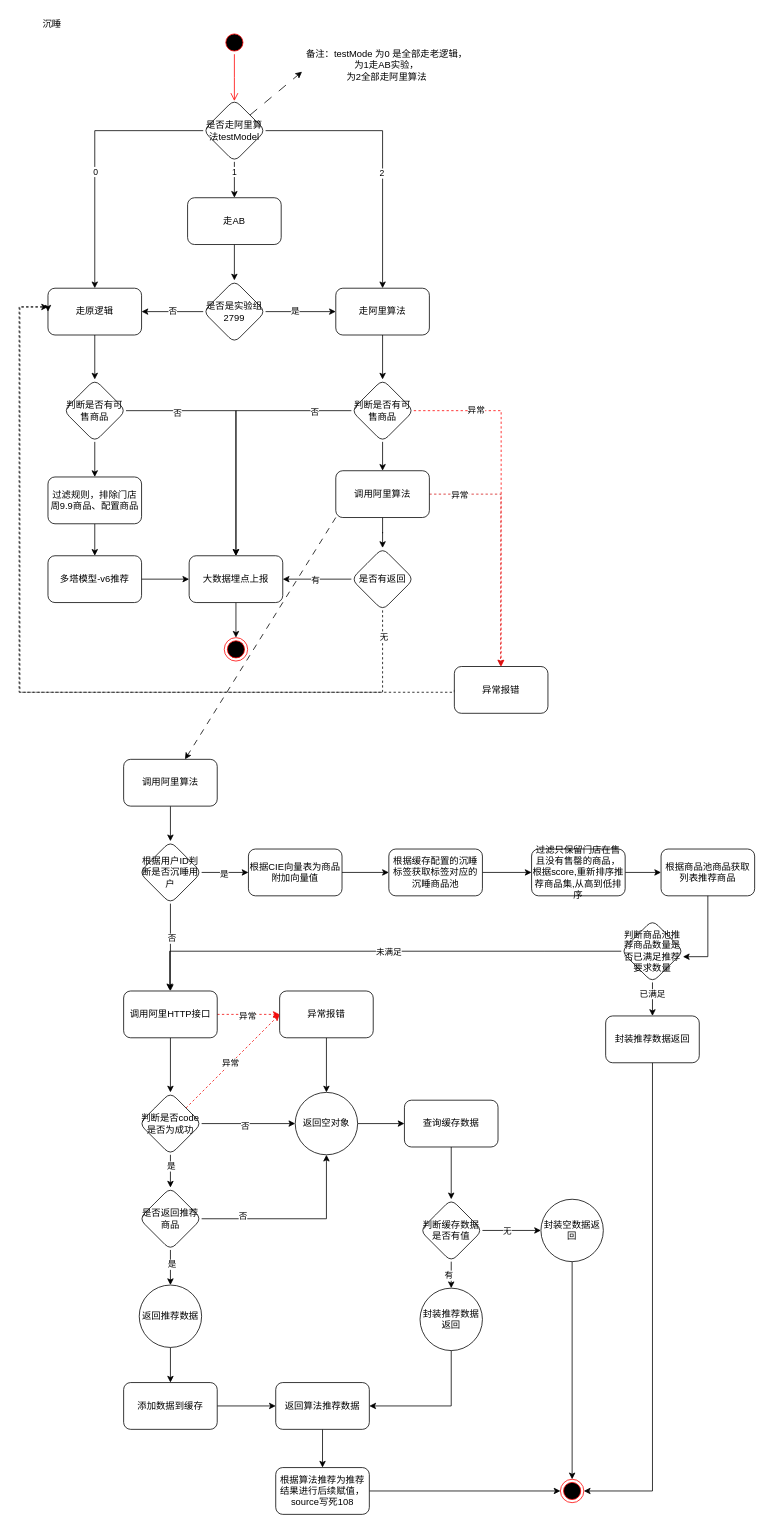
y13513867074/draw keeps this draw.io diagram as page "沉睡" (3 of 4) of src/draw/算法推荐.drawio. Above is the earlier version. Source tidied: cells renumbered, new cells numbered last; positions are measured from the earlier drawing's top-left corner, leaving out a move shared by most shapes. Both pictures are drawn from the tidied source at 78%, with x=0, y=0 at pixel (19, 13).
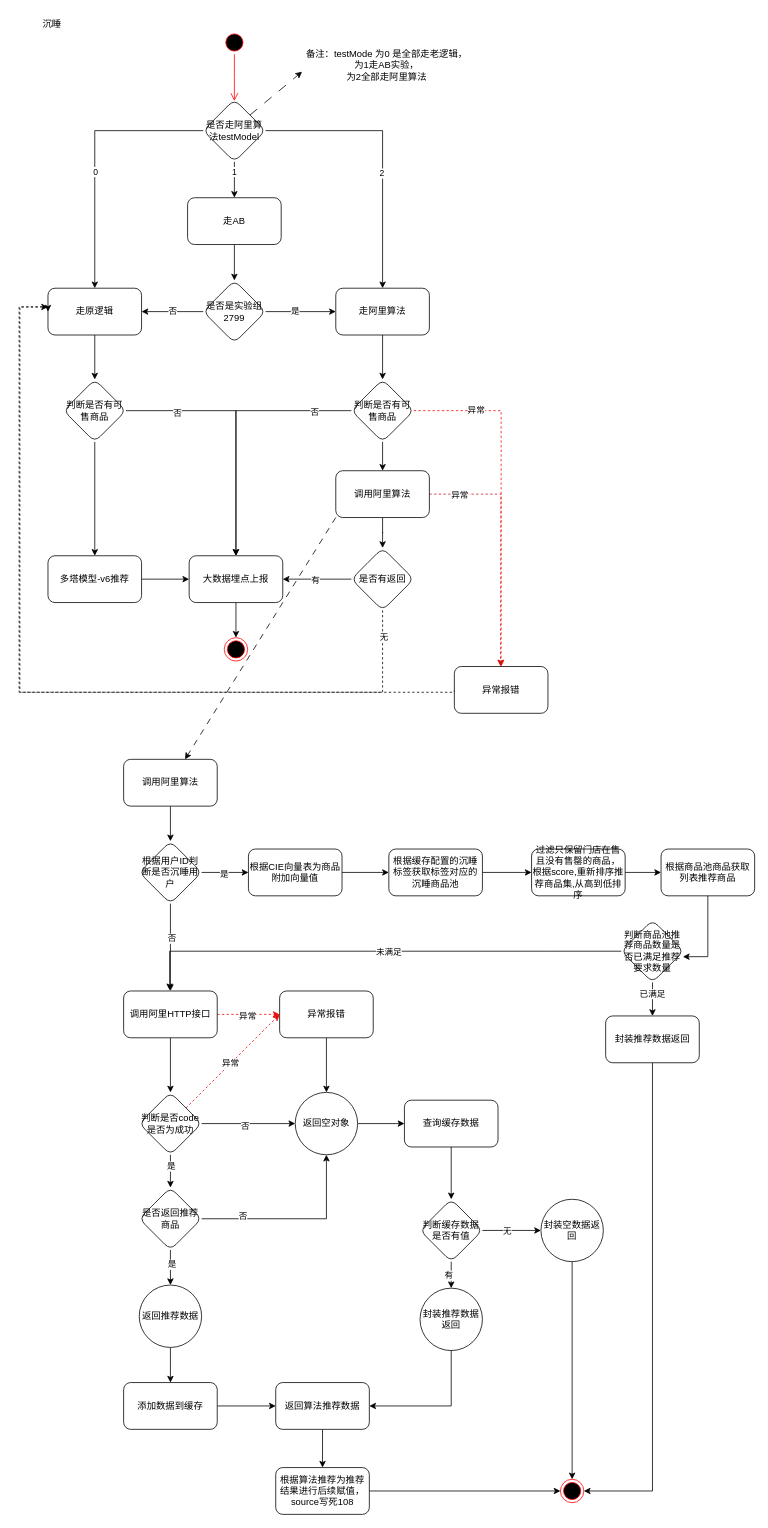
After the change.

The change refers to these unchanged cells:
```xml
<mxCell id="27" value="判断是否有可售商品" style="rhombus;whiteSpace=wrap;html=1;rounded=1;" parent="1" vertex="1">
  <mxGeometry x="57" y="469" width="80" height="80" as="geometry" />
</mxCell>
<mxCell id="35" value="多塔模型-v6推荐" style="whiteSpace=wrap;html=1;rounded=1;" parent="1" vertex="1">
  <mxGeometry x="37" y="695" width="120" height="60" as="geometry" />
</mxCell>
```

Change to the diagram source:
```diff
@@
-    <mxCell id="26" style="edgeStyle=orthogonalEdgeStyle;rounded=0;jettySize=auto;html=1;" parent="1" edge="1" source="27" target="33">
+    <mxCell id="26" style="edgeStyle=orthogonalEdgeStyle;rounded=0;jettySize=auto;html=1;entryX=0.5;entryY=0;entryDx=0;entryDy=0;" parent="1" edge="1" source="27" target="35">
       <mxGeometry relative="1" as="geometry" />
     </mxCell>
@@
-    <mxCell id="32" style="edgeStyle=orthogonalEdgeStyle;rounded=0;jettySize=auto;html=1;" parent="1" edge="1" source="33" target="35">
-      <mxGeometry relative="1" as="geometry" />
-    </mxCell>
-    <mxCell id="33" value="过滤规则，排除门店周9.9商品、配置商品" style="whiteSpace=wrap;html=1;rounded=1;" parent="1" vertex="1">
-      <mxGeometry x="37" y="594" width="120" height="60" as="geometry" />
-    </mxCell>
```
